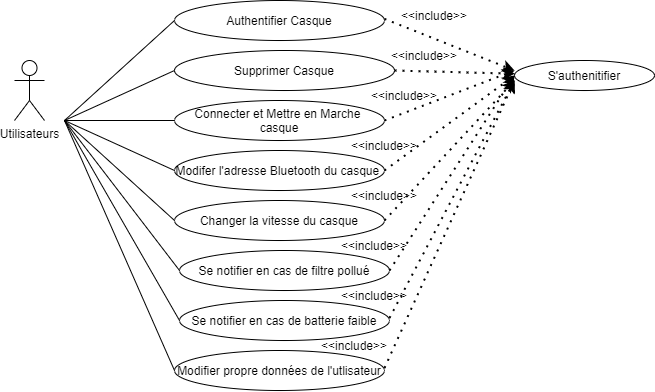
The draw.io diagram user.png in AMR04/pfe_viz, before a commit. Source tidied: cells renumbered, new cells last; positions are measured from the earlier drawing's top-left corner, leaving out a move shared by most shapes.
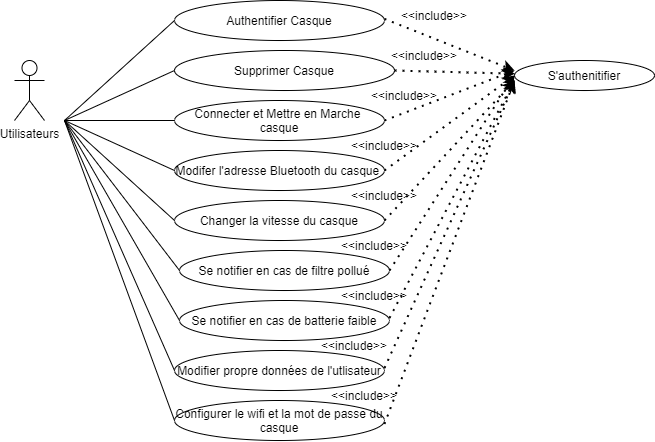
The same diagram one commit later.

What changed in the source:
```diff
@@ -144,5 +144,23 @@
     <mxCell id="35" value="&amp;lt;&amp;lt;include&amp;gt;&amp;gt;" style="text;html=1;strokeColor=none;fillColor=none;align=center;verticalAlign=middle;whiteSpace=wrap;rounded=0;" parent="1" vertex="1">
       <mxGeometry x="320" y="340" width="40" height="10" as="geometry" />
     </mxCell>
+    <mxCell id="36" value="Configurer le wifi et la mot de passe du casque" style="ellipse;whiteSpace=wrap;html=1;" parent="1" vertex="1">
+      <mxGeometry x="160" y="400" width="210" height="40" as="geometry" />
+    </mxCell>
+    <mxCell id="37" style="endArrow=none;html=1;entryX=0;entryY=0.5;entryDx=0;entryDy=0;" parent="1" edge="1">
+      <mxGeometry relative="1" as="geometry">
+        <mxPoint x="50" y="120" as="sourcePoint" />
+        <mxPoint x="160" y="420" as="targetPoint" />
+      </mxGeometry>
+    </mxCell>
+    <mxCell id="38" style="endArrow=classic;dashed=1;html=1;dashPattern=1 3;strokeWidth=2;startArrow=none;startFill=0;endFill=1;exitX=1;exitY=0.5;exitDx=0;exitDy=0;" parent="1" edge="1">
+      <mxGeometry relative="1" as="geometry">
+        <mxPoint x="370" y="423.5" as="sourcePoint" />
+        <mxPoint x="500" y="80" as="targetPoint" />
+      </mxGeometry>
+    </mxCell>
+    <mxCell id="39" value="&amp;lt;&amp;lt;include&amp;gt;&amp;gt;" style="text;html=1;strokeColor=none;fillColor=none;align=center;verticalAlign=middle;whiteSpace=wrap;rounded=0;" parent="1" vertex="1">
+      <mxGeometry x="330" y="390" width="40" height="10" as="geometry" />
+    </mxCell>
   </root>
 </mxGraphModel>
```
